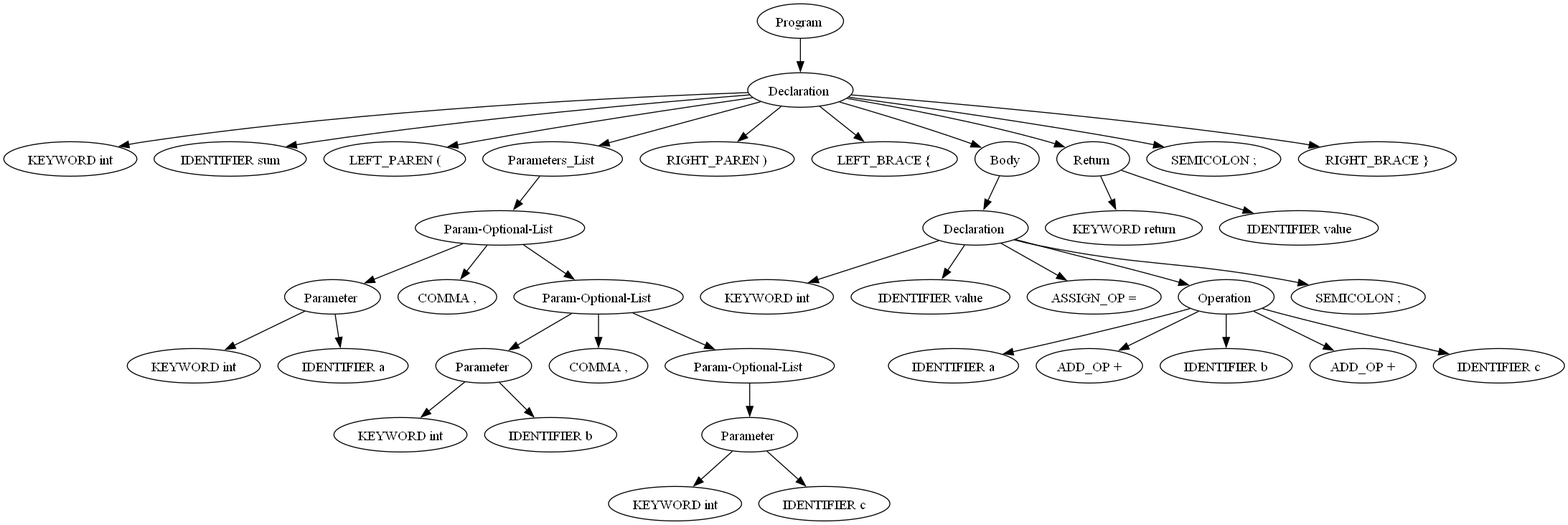
Before: src/main/java/com/example/compiler/parse_tree.png, a diagram exported from Graphviz (Yehia404/C-Lexical-Syntax-Analyzer). Its source is kept beside it as src/main/java/com/example/compiler/parse_tree.dot.
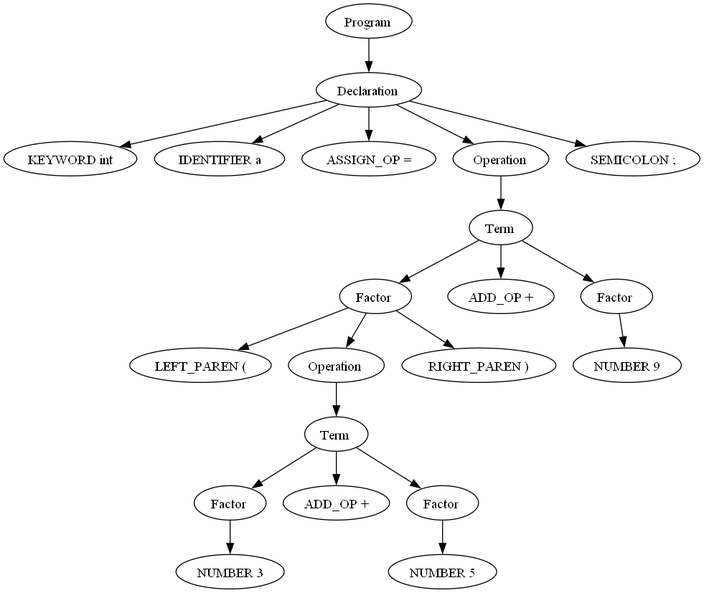
After the commit.

Change to the diagram source:
```diff
@@ -3,77 +3,41 @@
   758705033 [label="Declaration "];
   1604839423 [label="KEYWORD int"];
   758705033 -> 1604839423;
-  1177096266 [label="IDENTIFIER sum"];
+  1177096266 [label="IDENTIFIER a"];
   758705033 -> 1177096266;
-  670576685 [label="LEFT_PAREN ("];
+  670576685 [label="ASSIGN_OP ="];
   758705033 -> 670576685;
-  1299641336 [label="Parameters_List "];
-  764308918 [label="Param-Optional-List "];
-  598446861 [label="Parameter "];
-  1161082381 [label="KEYWORD int"];
+  1299641336 [label="Operation "];
+  764308918 [label="Term "];
+  598446861 [label="Factor "];
+  1161082381 [label="LEFT_PAREN ("];
   598446861 -> 1161082381;
-  1067938912 [label="IDENTIFIER a"];
+  1067938912 [label="Operation "];
+  1637506559 [label="Term "];
+  517380410 [label="Factor "];
+  2117255219 [label="NUMBER 3"];
+  517380410 -> 2117255219;
+  1637506559 -> 517380410;
+  2058534881 [label="ADD_OP +"];
+  1637506559 -> 2058534881;
+  1232367853 [label="Factor "];
+  1673605040 [label="NUMBER 5"];
+  1232367853 -> 1673605040;
+  1637506559 -> 1232367853;
+  1067938912 -> 1637506559;
   598446861 -> 1067938912;
+  186276003 [label="RIGHT_PAREN )"];
+  598446861 -> 186276003;
   764308918 -> 598446861;
-  1637506559 [label="COMMA ,"];
-  764308918 -> 1637506559;
-  517380410 [label="Param-Optional-List "];
-  2117255219 [label="Parameter "];
-  2058534881 [label="KEYWORD int"];
-  2117255219 -> 2058534881;
-  1232367853 [label="IDENTIFIER b"];
-  2117255219 -> 1232367853;
-  517380410 -> 2117255219;
-  1673605040 [label="COMMA ,"];
-  517380410 -> 1673605040;
-  186276003 [label="Param-Optional-List "];
-  1681433494 [label="Parameter "];
-  237061348 [label="KEYWORD int"];
-  1681433494 -> 237061348;
-  1685538367 [label="IDENTIFIER c"];
-  1681433494 -> 1685538367;
-  186276003 -> 1681433494;
-  517380410 -> 186276003;
-  764308918 -> 517380410;
+  1681433494 [label="ADD_OP +"];
+  764308918 -> 1681433494;
+  237061348 [label="Factor "];
+  1685538367 [label="NUMBER 9"];
+  237061348 -> 1685538367;
+  764308918 -> 237061348;
   1299641336 -> 764308918;
   758705033 -> 1299641336;
-  1030870354 [label="RIGHT_PAREN )"];
+  1030870354 [label="SEMICOLON ;"];
   758705033 -> 1030870354;
-  485815673 [label="LEFT_BRACE {"];
-  758705033 -> 485815673;
-  410424423 [label="Body "];
-  1190035432 [label="Declaration "];
-  1963387170 [label="KEYWORD int"];
-  1190035432 -> 1963387170;
-  1323468230 [label="IDENTIFIER value"];
-  1190035432 -> 1323468230;
-  1645995473 [label="ASSIGN_OP ="];
-  1190035432 -> 1645995473;
-  1463801669 [label="Operation "];
-  355629945 [label="IDENTIFIER a"];
-  1463801669 -> 355629945;
-  1327763628 [label="ADD_OP +"];
-  1463801669 -> 1327763628;
-  1915503092 [label="IDENTIFIER b"];
-  1463801669 -> 1915503092;
-  1535128843 [label="ADD_OP +"];
-  1463801669 -> 1535128843;
-  1567581361 [label="IDENTIFIER c"];
-  1463801669 -> 1567581361;
-  1190035432 -> 1463801669;
-  849460928 [label="SEMICOLON ;"];
-  1190035432 -> 849460928;
-  410424423 -> 1190035432;
-  758705033 -> 410424423;
-  580024961 [label="Return "];
-  2027961269 [label="KEYWORD return"];
-  580024961 -> 2027961269;
-  1586270964 [label="IDENTIFIER value"];
-  580024961 -> 1586270964;
-  758705033 -> 580024961;
-  1642360923 [label="SEMICOLON ;"];
-  758705033 -> 1642360923;
-  1343441044 [label="RIGHT_BRACE }"];
-  758705033 -> 1343441044;
   1274370218 -> 758705033;
 }
```
